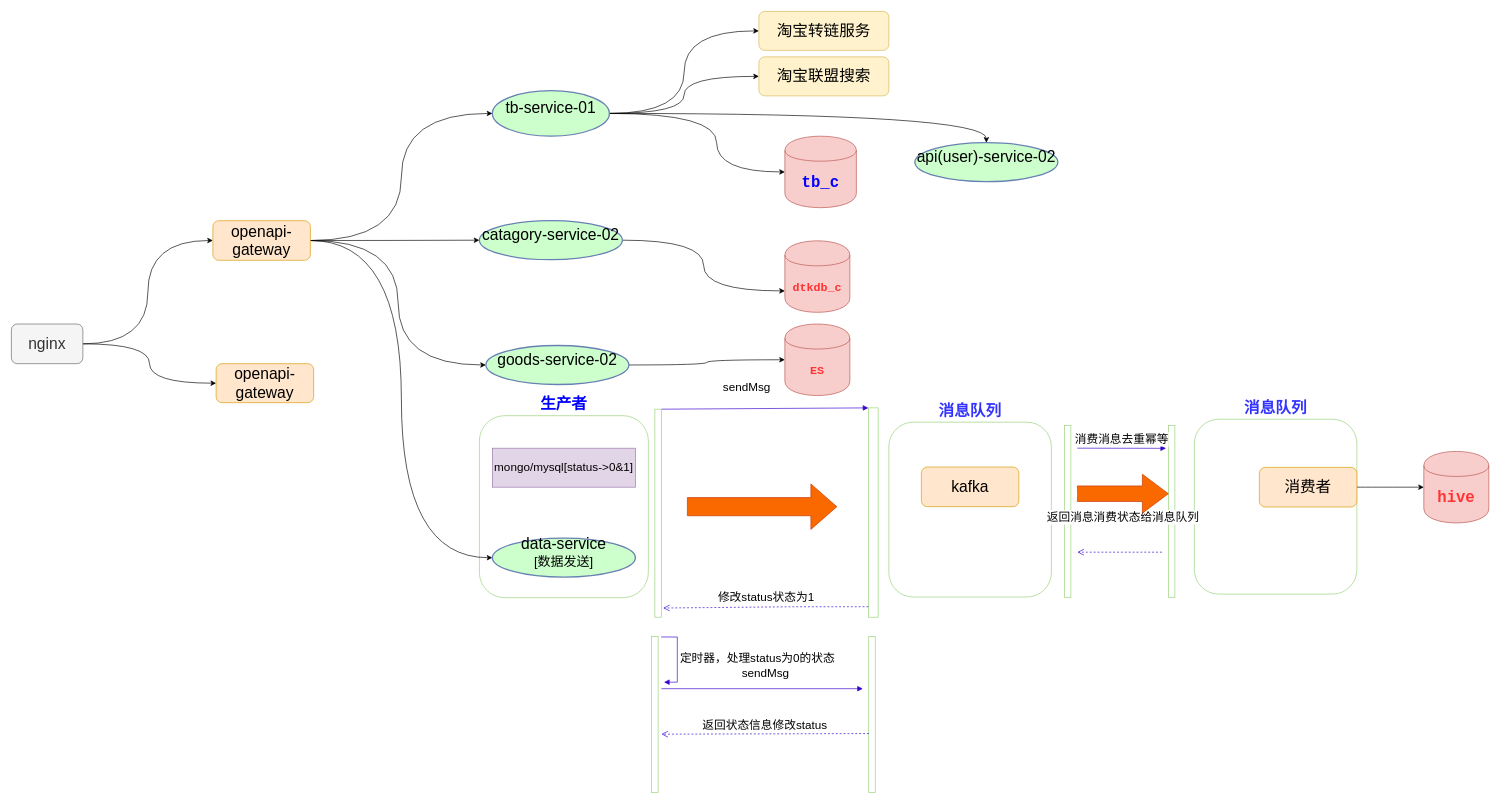
sevenDay2014/dtk keeps this draw.io diagram as 开放平台服务依赖.drawio. Above is the earlier version. Source tidied: cells renumbered, new cells numbered last; positions are measured from the earlier drawing's top-left corner, leaving out a move shared by most shapes. Both pictures are drawn from the tidied source at 65%, with x=0, y=0 at pixel (11, 11).
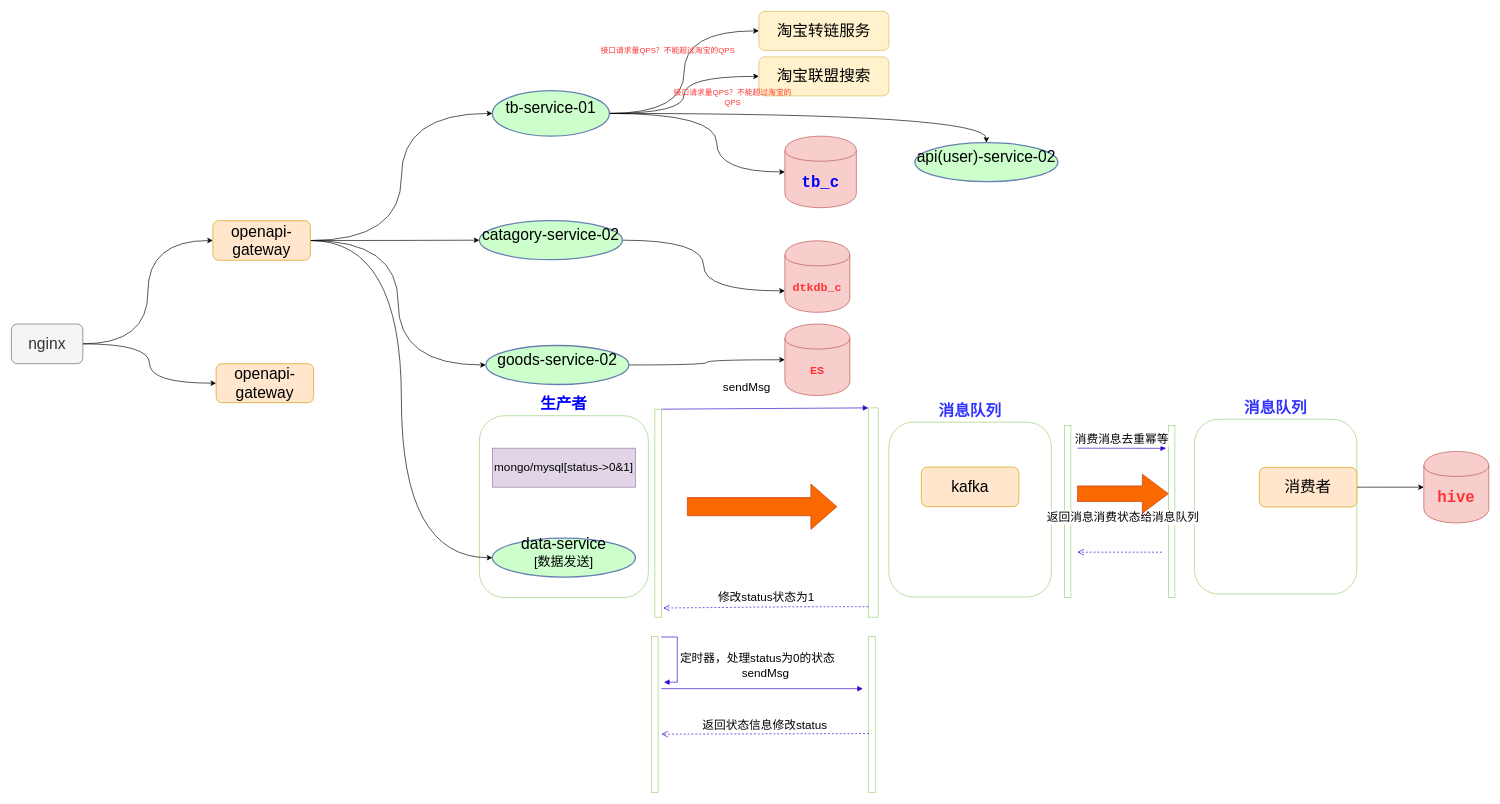
The same diagram, later.

Commit message:
v1.0.0-feature:需要限流或者控制的地方

Change to the diagram source:
```diff
@@
+    <mxCell id="50" value="&lt;font color=&quot;#ff3333&quot;&gt;接口请求量QPS？不能超过淘宝的QPS&lt;/font&gt;" style="text;html=1;strokeColor=none;fillColor=none;align=center;verticalAlign=middle;whiteSpace=wrap;rounded=0;" parent="1" vertex="1">
+      <mxGeometry x="890" y="50" width="240" height="20" as="geometry" />
+    </mxCell>
+    <mxCell id="51" value="&lt;font color=&quot;#ff3333&quot;&gt;接口请求量QPS&lt;span&gt;？不能超过淘宝的QPS&lt;/span&gt;&lt;/font&gt;" style="text;html=1;strokeColor=none;fillColor=none;align=center;verticalAlign=middle;whiteSpace=wrap;rounded=0;" parent="1" vertex="1">
+      <mxGeometry x="1015" y="122" width="190" height="20" as="geometry" />
+    </mxCell>
```
